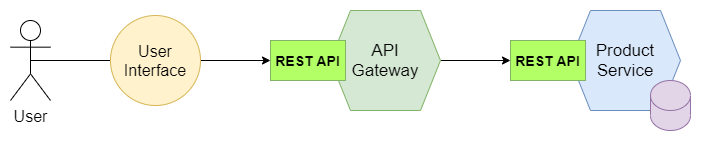
This is images/service.png from tanknk/ECommerceSystem, a draw.io export, as it was before one commit. Source tidied: cells renumbered, new cells last; positions are measured from the earlier drawing's top-left corner, leaving out a move shared by most shapes. Its diagram source:
```xml
<mxGraphModel>
  <root>
    <mxCell id="0" />
    <mxCell id="1" parent="0" />
    <mxCell id="2" style="edgeStyle=orthogonalEdgeStyle;rounded=0;jettySize=auto;html=1;exitX=0.5;exitY=0.5;exitDx=0;exitDy=0;exitPerimeter=0;entryX=0;entryY=0.5;entryDx=0;entryDy=0;endArrow=none;endFill=0;" parent="1" edge="1" source="3" target="8">
      <mxGeometry relative="1" as="geometry" />
    </mxCell>
    <mxCell id="3" value="&lt;font style=&quot;font-size: 16px&quot;&gt;User&lt;/font&gt;" style="shape=umlActor;verticalLabelPosition=bottom;verticalAlign=top;html=1;outlineConnect=0;" parent="1" vertex="1">
      <mxGeometry y="10" width="40" height="80" as="geometry" />
    </mxCell>
    <mxCell id="4" style="edgeStyle=orthogonalEdgeStyle;rounded=0;jettySize=auto;html=1;exitX=1;exitY=0.5;exitDx=0;exitDy=0;entryX=0;entryY=0.5;entryDx=0;entryDy=0;endArrow=classic;endFill=1;" parent="1" edge="1" source="5" target="10">
      <mxGeometry relative="1" as="geometry" />
    </mxCell>
    <mxCell id="5" value="&lt;font style=&quot;font-size: 17px&quot;&gt;API&lt;br&gt;Gateway&lt;/font&gt;" style="shape=hexagon;perimeter=hexagonPerimeter2;whiteSpace=wrap;html=1;fixedSize=1;strokeColor=#82b366;fillColor=#d5e8d4;" parent="1" vertex="1">
      <mxGeometry x="320" width="110" height="100" as="geometry" />
    </mxCell>
    <mxCell id="6" value="&lt;font style=&quot;font-size: 14px&quot;&gt;&lt;b&gt;REST API&lt;/b&gt;&lt;/font&gt;" style="rounded=0;whiteSpace=wrap;html=1;strokeColor=#82b366;fillColor=#B3FF66;" parent="1" vertex="1">
      <mxGeometry x="260" y="30" width="75" height="40" as="geometry" />
    </mxCell>
    <mxCell id="7" style="edgeStyle=orthogonalEdgeStyle;rounded=0;jettySize=auto;html=1;exitX=1;exitY=0.5;exitDx=0;exitDy=0;endArrow=classic;endFill=1;entryX=0;entryY=0.5;entryDx=0;entryDy=0;" parent="1" edge="1" source="8" target="6">
      <mxGeometry relative="1" as="geometry" />
    </mxCell>
    <mxCell id="8" value="&lt;font style=&quot;font-size: 16px&quot;&gt;User&lt;br&gt;Interface&lt;/font&gt;" style="ellipse;whiteSpace=wrap;html=1;fillColor=#fff2cc;strokeColor=#d6b656;" parent="1" vertex="1">
      <mxGeometry x="100" y="5" width="90" height="90" as="geometry" />
    </mxCell>
    <mxCell id="9" value="&lt;font style=&quot;font-size: 17px&quot;&gt;Product&lt;br&gt;Service&lt;/font&gt;" style="shape=hexagon;perimeter=hexagonPerimeter2;whiteSpace=wrap;html=1;fixedSize=1;strokeColor=#6c8ebf;fillColor=#dae8fc;" parent="1" vertex="1">
      <mxGeometry x="560" width="110" height="100" as="geometry" />
    </mxCell>
    <mxCell id="10" value="&lt;font style=&quot;font-size: 14px&quot;&gt;&lt;b&gt;REST API&lt;/b&gt;&lt;/font&gt;" style="rounded=0;whiteSpace=wrap;html=1;strokeColor=#82b366;fillColor=#B3FF66;" parent="1" vertex="1">
      <mxGeometry x="500" y="30" width="75" height="40" as="geometry" />
    </mxCell>
    <mxCell id="11" style="shape=cylinder3;whiteSpace=wrap;html=1;boundedLbl=1;backgroundOutline=1;size=15;fillColor=#e1d5e7;strokeColor=#9673a6;" parent="1" vertex="1">
      <mxGeometry x="640" y="70" width="40" height="50" as="geometry" />
    </mxCell>
  </root>
</mxGraphModel>
```
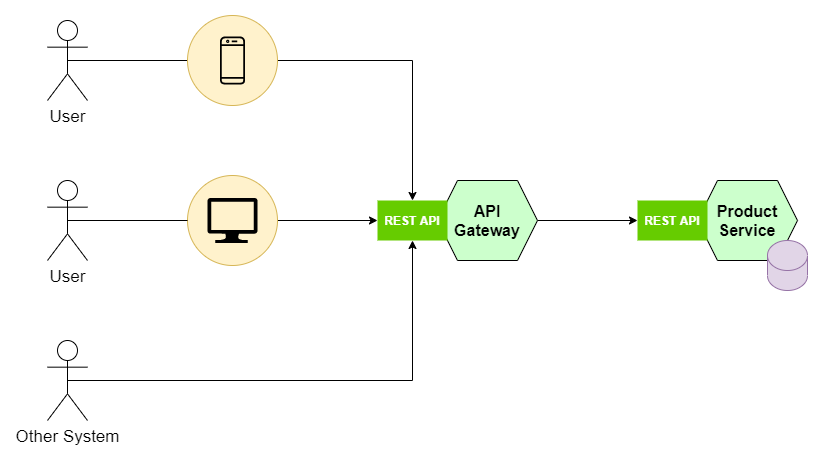
The same file after the commit.

What changed in the source:
```diff
@@ -2,35 +2,59 @@
   <root>
     <mxCell id="0" />
     <mxCell id="1" parent="0" />
-    <mxCell id="2" style="edgeStyle=orthogonalEdgeStyle;rounded=0;jettySize=auto;html=1;exitX=0.5;exitY=0.5;exitDx=0;exitDy=0;exitPerimeter=0;entryX=0;entryY=0.5;entryDx=0;entryDy=0;endArrow=none;endFill=0;" parent="1" edge="1" source="3" target="8">
-      <mxGeometry relative="1" as="geometry" />
-    </mxCell>
-    <mxCell id="3" value="&lt;font style=&quot;font-size: 16px&quot;&gt;User&lt;/font&gt;" style="shape=umlActor;verticalLabelPosition=bottom;verticalAlign=top;html=1;outlineConnect=0;" parent="1" vertex="1">
-      <mxGeometry y="10" width="40" height="80" as="geometry" />
-    </mxCell>
-    <mxCell id="4" style="edgeStyle=orthogonalEdgeStyle;rounded=0;jettySize=auto;html=1;exitX=1;exitY=0.5;exitDx=0;exitDy=0;entryX=0;entryY=0.5;entryDx=0;entryDy=0;endArrow=classic;endFill=1;" parent="1" edge="1" source="5" target="10">
-      <mxGeometry relative="1" as="geometry" />
-    </mxCell>
+    <mxCell id="12" style="edgeStyle=orthogonalEdgeStyle;rounded=0;jettySize=auto;html=1;exitX=0.5;exitY=0.5;exitDx=0;exitDy=0;exitPerimeter=0;entryX=0;entryY=0.5;entryDx=0;entryDy=0;endArrow=none;endFill=0;" parent="1" edge="1" source="13" target="15">
+      <mxGeometry relative="1" as="geometry" />
+    </mxCell>
+    <mxCell id="13" value="&lt;font style=&quot;font-size: 17px&quot;&gt;User&lt;/font&gt;" style="shape=umlActor;verticalLabelPosition=bottom;verticalAlign=top;html=1;outlineConnect=0;" parent="1" vertex="1">
+      <mxGeometry x="40" y="-70" width="40" height="80" as="geometry" />
+    </mxCell>
+    <mxCell id="14" style="edgeStyle=orthogonalEdgeStyle;rounded=0;jettySize=auto;html=1;exitX=1;exitY=0.5;exitDx=0;exitDy=0;entryX=0.5;entryY=0;entryDx=0;entryDy=0;" parent="1" edge="1" source="15" target="25">
+      <mxGeometry relative="1" as="geometry" />
+    </mxCell>
+    <mxCell id="15" style="ellipse;whiteSpace=wrap;html=1;fillColor=#fff2cc;strokeColor=#d6b656;" parent="1" vertex="1">
+      <mxGeometry x="180" y="-75" width="90" height="90" as="geometry" />
+    </mxCell>
+    <mxCell id="16" style="dashed=0;verticalLabelPosition=bottom;verticalAlign=top;align=center;html=1;fontSize=12;fontStyle=0;shape=mxgraph.aws4.resourceIcon;resIcon=mxgraph.aws4.mobile_client;fillColor=none;" parent="1" vertex="1">
+      <mxGeometry x="195" y="-60" width="60" height="60" as="geometry" />
+    </mxCell>
+    <mxCell id="17" style="edgeStyle=orthogonalEdgeStyle;rounded=0;jettySize=auto;html=1;exitX=1;exitY=0.5;exitDx=0;exitDy=0;entryX=0;entryY=0.5;entryDx=0;entryDy=0;" parent="1" edge="1" source="18" target="25">
+      <mxGeometry relative="1" as="geometry" />
+    </mxCell>
+    <mxCell id="18" style="ellipse;whiteSpace=wrap;html=1;fillColor=#fff2cc;strokeColor=#d6b656;" parent="1" vertex="1">
+      <mxGeometry x="180" y="85" width="90" height="90" as="geometry" />
+    </mxCell>
+    <mxCell id="19" style="verticalLabelPosition=bottom;html=1;verticalAlign=top;align=center;strokeColor=none;shape=mxgraph.azure.computer;fillColor=#000000;" parent="1" vertex="1">
+      <mxGeometry x="200" y="107.5" width="50" height="45" as="geometry" />
+    </mxCell>
+    <mxCell id="20" style="edgeStyle=orthogonalEdgeStyle;rounded=0;jettySize=auto;html=1;exitX=0.5;exitY=0.5;exitDx=0;exitDy=0;exitPerimeter=0;entryX=0;entryY=0.5;entryDx=0;entryDy=0;endArrow=none;endFill=0;" parent="1" edge="1" source="21" target="18">
+      <mxGeometry relative="1" as="geometry" />
+    </mxCell>
+    <mxCell id="21" value="&lt;font style=&quot;font-size: 17px&quot;&gt;User&lt;/font&gt;" style="shape=umlActor;verticalLabelPosition=bottom;verticalAlign=top;html=1;outlineConnect=0;" parent="1" vertex="1">
+      <mxGeometry x="40" y="90" width="40" height="80" as="geometry" />
+    </mxCell>
+    <mxCell id="22" style="edgeStyle=orthogonalEdgeStyle;rounded=0;jettySize=auto;html=1;exitX=0.5;exitY=0.5;exitDx=0;exitDy=0;exitPerimeter=0;entryX=0.5;entryY=1;entryDx=0;entryDy=0;" parent="1" edge="1" source="23" target="25">
+      <mxGeometry relative="1" as="geometry" />
+    </mxCell>
+    <mxCell id="23" value="&lt;font style=&quot;font-size: 17px&quot;&gt;Other System&lt;/font&gt;" style="shape=umlActor;verticalLabelPosition=bottom;verticalAlign=top;html=1;outlineConnect=0;" parent="1" vertex="1">
+      <mxGeometry x="40" y="250" width="40" height="80" as="geometry" />
+    </mxCell>
+    <mxCell id="24" style="edgeStyle=orthogonalEdgeStyle;rounded=0;jettySize=auto;html=1;exitX=1;exitY=0.5;exitDx=0;exitDy=0;entryX=0;entryY=0.5;entryDx=0;entryDy=0;endArrow=classic;endFill=1;" parent="1" edge="1" source="5" target="26">
+      <mxGeometry relative="1" as="geometry" />
+    </mxCell>
-    <mxCell id="5" value="&lt;font style=&quot;font-size: 17px&quot;&gt;API&lt;br&gt;Gateway&lt;/font&gt;" style="shape=hexagon;perimeter=hexagonPerimeter2;whiteSpace=wrap;html=1;fixedSize=1;strokeColor=#82b366;fillColor=#d5e8d4;" parent="1" vertex="1">
-      <mxGeometry x="320" width="110" height="100" as="geometry" />
+    <mxCell id="5" value="&lt;font style=&quot;font-size: 16px&quot;&gt;&lt;b&gt;API&lt;br&gt;Gateway&lt;/b&gt;&lt;/font&gt;" style="shape=hexagon;perimeter=hexagonPerimeter2;whiteSpace=wrap;html=1;fixedSize=1;strokeColor=#000000;fillColor=#CCFFCC;" parent="1" vertex="1">
+      <mxGeometry x="430" y="90" width="100" height="80" as="geometry" />
     </mxCell>
-    <mxCell id="6" value="&lt;font style=&quot;font-size: 14px&quot;&gt;&lt;b&gt;REST API&lt;/b&gt;&lt;/font&gt;" style="rounded=0;whiteSpace=wrap;html=1;strokeColor=#82b366;fillColor=#B3FF66;" parent="1" vertex="1">
-      <mxGeometry x="260" y="30" width="75" height="40" as="geometry" />
-    </mxCell>
-    <mxCell id="7" style="edgeStyle=orthogonalEdgeStyle;rounded=0;jettySize=auto;html=1;exitX=1;exitY=0.5;exitDx=0;exitDy=0;endArrow=classic;endFill=1;entryX=0;entryY=0.5;entryDx=0;entryDy=0;" parent="1" edge="1" source="8" target="6">
-      <mxGeometry relative="1" as="geometry" />
-    </mxCell>
-    <mxCell id="8" value="&lt;font style=&quot;font-size: 16px&quot;&gt;User&lt;br&gt;Interface&lt;/font&gt;" style="ellipse;whiteSpace=wrap;html=1;fillColor=#fff2cc;strokeColor=#d6b656;" parent="1" vertex="1">
-      <mxGeometry x="100" y="5" width="90" height="90" as="geometry" />
-    </mxCell>
+    <mxCell id="25" value="&lt;font color=&quot;#ffffff&quot;&gt;&lt;b&gt;REST API&lt;/b&gt;&lt;/font&gt;" style="rounded=0;whiteSpace=wrap;html=1;fillColor=#66CC00;strokeColor=none;" parent="1" vertex="1">
+      <mxGeometry x="370" y="110" width="70" height="40" as="geometry" />
+    </mxCell>
-    <mxCell id="9" value="&lt;font style=&quot;font-size: 17px&quot;&gt;Product&lt;br&gt;Service&lt;/font&gt;" style="shape=hexagon;perimeter=hexagonPerimeter2;whiteSpace=wrap;html=1;fixedSize=1;strokeColor=#6c8ebf;fillColor=#dae8fc;" parent="1" vertex="1">
-      <mxGeometry x="560" width="110" height="100" as="geometry" />
+    <mxCell id="9" value="&lt;span style=&quot;font-size: 16px&quot;&gt;&lt;b&gt;Product&lt;br&gt;Service&lt;br&gt;&lt;/b&gt;&lt;/span&gt;" style="shape=hexagon;perimeter=hexagonPerimeter2;whiteSpace=wrap;html=1;fixedSize=1;strokeColor=#000000;fillColor=#CCFFCC;" parent="1" vertex="1">
+      <mxGeometry x="690" y="90" width="100" height="80" as="geometry" />
     </mxCell>
-    <mxCell id="10" value="&lt;font style=&quot;font-size: 14px&quot;&gt;&lt;b&gt;REST API&lt;/b&gt;&lt;/font&gt;" style="rounded=0;whiteSpace=wrap;html=1;strokeColor=#82b366;fillColor=#B3FF66;" parent="1" vertex="1">
-      <mxGeometry x="500" y="30" width="75" height="40" as="geometry" />
-    </mxCell>
-    <mxCell id="11" style="shape=cylinder3;whiteSpace=wrap;html=1;boundedLbl=1;backgroundOutline=1;size=15;fillColor=#e1d5e7;strokeColor=#9673a6;" parent="1" vertex="1">
-      <mxGeometry x="640" y="70" width="40" height="50" as="geometry" />
-    </mxCell>
+    <mxCell id="26" value="&lt;font color=&quot;#ffffff&quot;&gt;&lt;b&gt;REST API&lt;/b&gt;&lt;/font&gt;" style="rounded=0;whiteSpace=wrap;html=1;fillColor=#66CC00;strokeColor=none;" parent="1" vertex="1">
+      <mxGeometry x="630" y="110" width="70" height="40" as="geometry" />
+    </mxCell>
+    <mxCell id="27" style="shape=cylinder3;whiteSpace=wrap;html=1;boundedLbl=1;backgroundOutline=1;size=15;strokeColor=#9673a6;fillColor=#e1d5e7;" parent="1" vertex="1">
+      <mxGeometry x="760" y="150" width="40" height="50" as="geometry" />
+    </mxCell>
   </root>
 </mxGraphModel>
```
